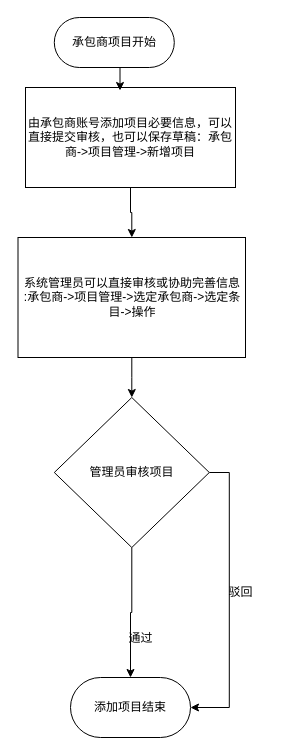
The draw.io diagram EHS_承包商_项目管理流程.drawio in liguangrgj/fenx, before the edit. Source tidied: cells renumbered, new cells numbered last; positions are measured from the earlier drawing's top-left corner, leaving out a move shared by most shapes. Both pictures are drawn from the tidied source at 100%, with x=0, y=0 at pixel (17, 17).
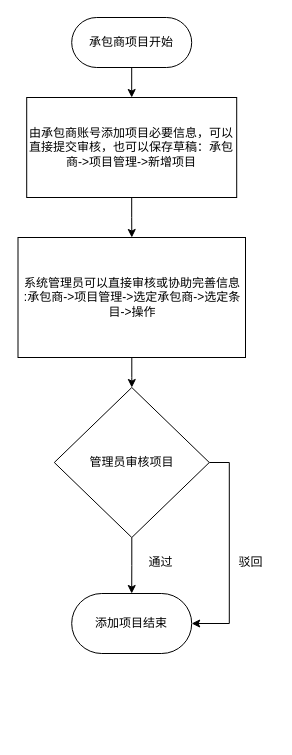
Above is the later version.

Diff of the diagram source:
```diff
@@
 <mxGraphModel>
   <root>
     <mxCell id="0" />
     <mxCell id="1" parent="0" />
+    <mxCell id="13" style="edgeStyle=orthogonalEdgeStyle;rounded=0;jettySize=auto;html=1;exitX=0.5;exitY=1;exitDx=0;exitDy=0;entryX=0.5;entryY=1;entryDx=0;entryDy=0;" parent="1" edge="1" source="2" target="4">
+      <mxGeometry relative="1" as="geometry" />
+    </mxCell>
     <mxCell id="2" value="承包商项目开始" style="rounded=1;whiteSpace=wrap;html=1;arcSize=50;" parent="1" vertex="1">
-      <mxGeometry x="36.8" width="120" height="50" as="geometry" />
+      <mxGeometry x="54.2" width="120" height="50" as="geometry" />
     </mxCell>
     <mxCell id="3" style="edgeStyle=orthogonalEdgeStyle;rounded=0;jettySize=auto;html=1;exitX=0.5;exitY=0;exitDx=0;exitDy=0;" parent="1" edge="1" source="4" target="6">
       <mxGeometry relative="1" as="geometry" />
     </mxCell>
     <mxCell id="4" value="由承包商账号添加项目必要信息，可以直接提交审核，也可以保存草稿：承包商-&amp;gt;项目管理-&amp;gt;新增项目" style="whiteSpace=wrap;html=1;direction=west;" parent="1" vertex="1">
-      <mxGeometry x="8" y="70" width="210" height="100" as="geometry" />
+      <mxGeometry x="9.2" y="80" width="210" height="100" as="geometry" />
     </mxCell>
     <mxCell id="5" style="edgeStyle=orthogonalEdgeStyle;rounded=0;jettySize=auto;html=1;" parent="1" edge="1" source="6" target="9">
       <mxGeometry relative="1" as="geometry" />
     </mxCell>
     <mxCell id="6" value="系统管理员可以直接审核或协助完善信息&lt;div&gt;:&lt;span style=&quot;background-color: initial;&quot;&gt;承包商-&amp;gt;项目管理-&amp;gt;选定承包商-&amp;gt;选定条目-&amp;gt;操作&lt;/span&gt;&lt;/div&gt;" style="rounded=0;whiteSpace=wrap;html=1;" parent="1" vertex="1">
       <mxGeometry x="0.5" y="220" width="227.5" height="120" as="geometry" />
     </mxCell>
     <mxCell id="7" style="edgeStyle=orthogonalEdgeStyle;rounded=0;jettySize=auto;html=1;" parent="1" edge="1" source="9" target="10">
       <mxGeometry relative="1" as="geometry" />
     </mxCell>
     <mxCell id="8" style="edgeStyle=orthogonalEdgeStyle;rounded=0;jettySize=auto;html=1;exitX=1;exitY=0.5;exitDx=0;exitDy=0;entryX=1;entryY=0.5;entryDx=0;entryDy=0;" parent="1" edge="1" source="9" target="10">
       <mxGeometry relative="1" as="geometry" />
     </mxCell>
     <mxCell id="9" value="管理员审核项目" style="rhombus;whiteSpace=wrap;html=1;" parent="1" vertex="1">
-      <mxGeometry x="36.8" y="380" width="155" height="150" as="geometry" />
+      <mxGeometry x="36.8" y="370" width="155" height="150" as="geometry" />
     </mxCell>
     <mxCell id="10" value="添加项目结束" style="rounded=1;whiteSpace=wrap;html=1;arcSize=50;" parent="1" vertex="1">
-      <mxGeometry x="53" y="660" width="120" height="60" as="geometry" />
+      <mxGeometry x="54.2" y="576" width="120" height="60" as="geometry" />
     </mxCell>
     <mxCell id="11" value="通过" style="text;html=1;align=center;verticalAlign=middle;strokeColor=none;fillColor=none;" parent="1" vertex="1">
-      <mxGeometry x="98" y="606" width="50" height="30" as="geometry" />
+      <mxGeometry x="118" y="530" width="50" height="30" as="geometry" />
     </mxCell>
     <mxCell id="12" value="驳回" style="text;html=1;align=center;verticalAlign=middle;strokeColor=none;fillColor=none;" parent="1" vertex="1">
-      <mxGeometry x="198" y="560" width="50" height="30" as="geometry" />
+      <mxGeometry x="208" y="530" width="50" height="30" as="geometry" />
     </mxCell>
-    <mxCell id="13" style="edgeStyle=orthogonalEdgeStyle;rounded=0;jettySize=auto;html=1;exitX=0.5;exitY=1;exitDx=0;exitDy=0;entryX=0.55;entryY=0.97;entryDx=0;entryDy=0;entryPerimeter=0;" parent="1" edge="1" source="2" target="4">
-      <mxGeometry relative="1" as="geometry" />
-    </mxCell>
   </root>
 </mxGraphModel>
```
